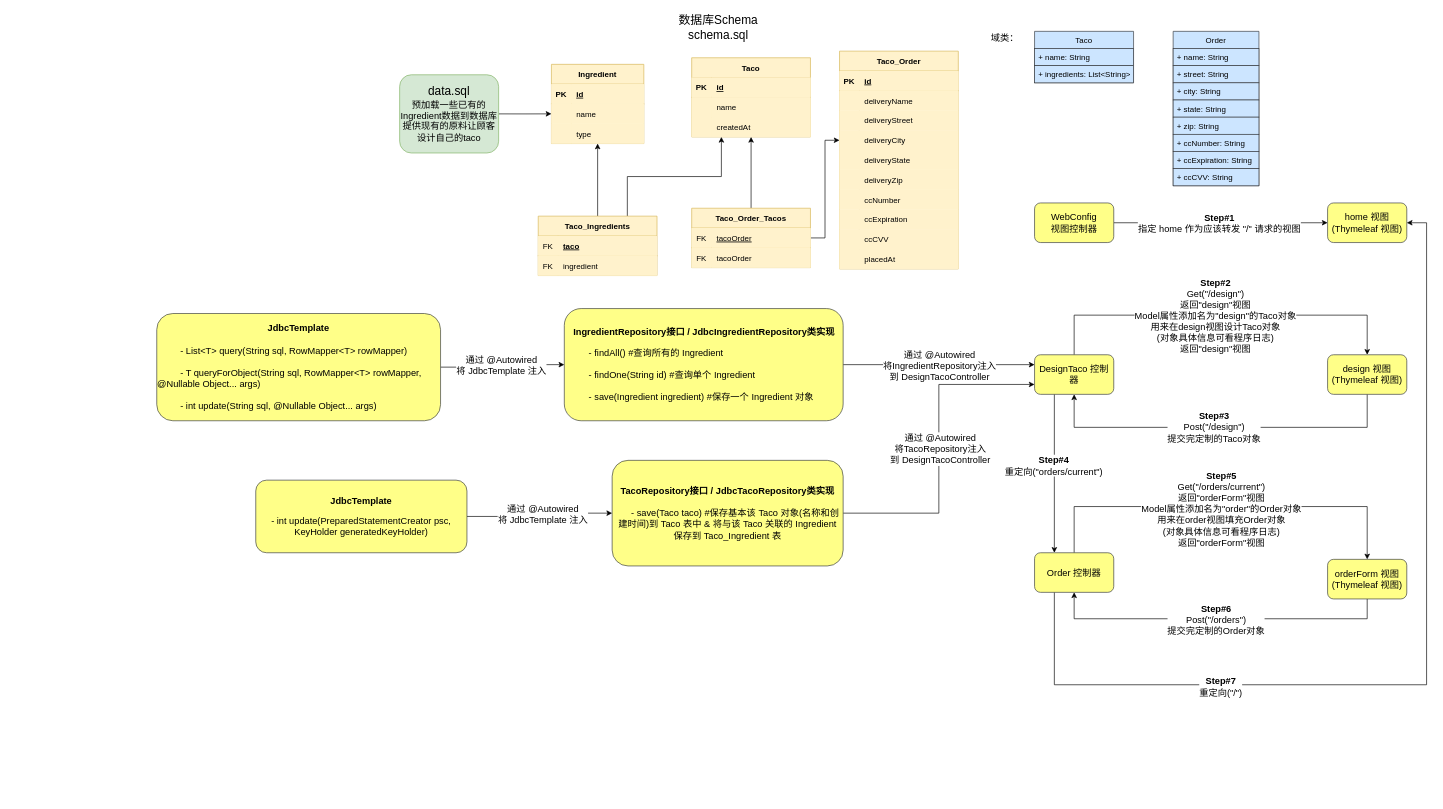
This is flow_chart.drawio from LilithCoder/taco-cloud, a draw.io file, before an edit. Source tidied: cells renumbered, new cells numbered last; positions are measured from the earlier drawing's top-left corner, leaving out a move shared by most shapes. Both pictures are drawn from the tidied source at 66%, with x=0, y=0 at pixel (156, 11).
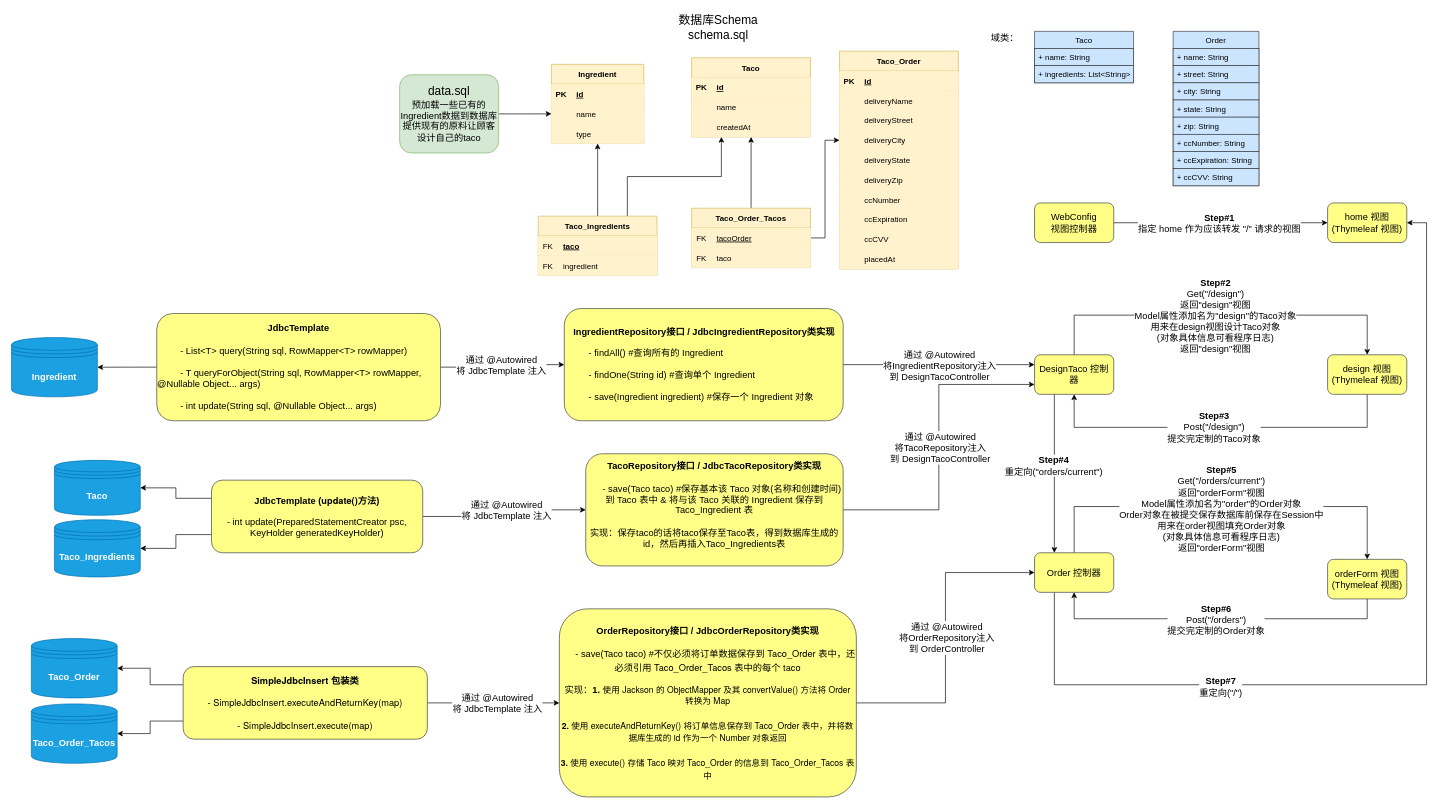
Above is the later version.

Commit message (it also covers changes not shown here):
使用JdbcTemplate的update()和SimpleJdbcInsert插入数据，建立了TacoRepository以及OrderRepository，现在实现了Ingredient/Taco/Order的持久化

The change refers to these unchanged cells:
```xml
<mxCell id="27" style="edgeStyle=orthogonalEdgeStyle;rounded=0;jettySize=auto;html=1;exitX=0.5;exitY=0;exitDx=0;exitDy=0;entryX=0.5;entryY=0;entryDx=0;entryDy=0;" parent="1" edge="1" source="31" target="34">
  <mxGeometry relative="1" as="geometry">
    <Array as="points">
      <mxPoint x="1390" y="750" />
      <mxPoint x="1834" y="750" />
    </Array>
  </mxGeometry>
</mxCell>
<mxCell id="31" value="&lt;font style=&quot;font-size: 14px&quot;&gt;Order 控制器&lt;/font&gt;" style="rounded=1;whiteSpace=wrap;html=1;fillColor=#ffff88;strokeColor=#36393d;" parent="1" vertex="1">
  <mxGeometry x="1330" y="820" width="120" height="60" as="geometry" />
</mxCell>
<mxCell id="40" value="&lt;font style=&quot;font-size: 14px&quot;&gt;&lt;b&gt;JdbcTemplate&lt;br&gt;&lt;/b&gt;&lt;br&gt;&lt;/font&gt;&lt;div style=&quot;text-align: left&quot;&gt;&lt;span&gt;&lt;font style=&quot;font-size: 14px&quot;&gt;&amp;nbsp; &amp;nbsp; &amp;nbsp; &amp;nbsp; &amp;nbsp;- List&amp;lt;T&amp;gt; query(String sql, RowMapper&amp;lt;T&amp;gt; rowMapper)&lt;/font&gt;&lt;/span&gt;&lt;/div&gt;&lt;div style=&quot;text-align: left&quot;&gt;&lt;span&gt;&lt;font style=&quot;font-size: 14px&quot;&gt;&lt;br&gt;&lt;/font&gt;&lt;/span&gt;&lt;/div&gt;&lt;div style=&quot;text-align: left&quot;&gt;&lt;span&gt;&lt;font style=&quot;font-size: 14px&quot;&gt;&amp;nbsp; &amp;nbsp; &amp;nbsp; &amp;nbsp; &amp;nbsp;- T queryForObject(String sql, RowMapper&amp;lt;T&amp;gt; rowMapper, @Nullable Object... args)&lt;/font&gt;&lt;/span&gt;&lt;/div&gt;&lt;div style=&quot;text-align: left&quot;&gt;&lt;span&gt;&lt;font style=&quot;font-size: 14px&quot;&gt;&lt;br&gt;&lt;/font&gt;&lt;/span&gt;&lt;/div&gt;&lt;div style=&quot;text-align: left&quot;&gt;&lt;span&gt;&lt;font style=&quot;font-size: 14px&quot;&gt;&amp;nbsp; &amp;nbsp; &amp;nbsp; &amp;nbsp; &amp;nbsp;-&amp;nbsp;int update(String sql, @Nullable Object... args)&lt;/font&gt;&lt;/span&gt;&lt;/div&gt;" style="rounded=1;whiteSpace=wrap;html=1;fillColor=#ffff88;strokeColor=#36393d;" parent="1" vertex="1">
  <mxGeometry y="457.5" width="430" height="162.5" as="geometry" />
</mxCell>
<mxCell id="76" style="shape=partialRectangle;fillColor=#fff2cc;top=0;left=0;bottom=0;right=0;strokeColor=#d6b656;" parent="72" vertex="1">
  <mxGeometry y="60" width="180" height="30" as="geometry" />
</mxCell>
```

The edit, as a diff of the source:
```diff
@@
-    <mxCell id="28" value="&lt;span style=&quot;font-size: 14px&quot;&gt;&lt;b&gt;Step#5&lt;/b&gt;&lt;br&gt;Get(&quot;/orders/current&quot;)&lt;/span&gt;&lt;br style=&quot;font-size: 14px&quot;&gt;&lt;span style=&quot;font-size: 14px&quot;&gt;返回&quot;orderForm&quot;视图&lt;br&gt;Model属性添加名为&quot;order&quot;的Order对象&lt;br&gt;用来在order视图填充Order对象&lt;br&gt;(对象具体信息可看程序日志)&lt;br&gt;&lt;/span&gt;&lt;span style=&quot;font-size: 14px&quot;&gt;返回&quot;orderForm&quot;视图&lt;/span&gt;&lt;span style=&quot;font-size: 14px&quot;&gt;&lt;br&gt;&lt;/span&gt;" style="edgeLabel;html=1;align=center;verticalAlign=middle;" parent="27" vertex="1">
+    <mxCell id="28" value="&lt;span style=&quot;font-size: 14px&quot;&gt;&lt;b&gt;Step#5&lt;/b&gt;&lt;br&gt;Get(&quot;/orders/current&quot;)&lt;/span&gt;&lt;br style=&quot;font-size: 14px&quot;&gt;&lt;span style=&quot;font-size: 14px&quot;&gt;返回&quot;orderForm&quot;视图&lt;br&gt;Model属性添加名为&quot;order&quot;的Order对象&lt;br&gt;Order对象在被提交保存数据库前保存在Session中&lt;br&gt;用来在order视图填充Order对象&lt;br&gt;(对象具体信息可看程序日志)&lt;br&gt;&lt;/span&gt;&lt;span style=&quot;font-size: 14px&quot;&gt;返回&quot;orderForm&quot;视图&lt;/span&gt;&lt;span style=&quot;font-size: 14px&quot;&gt;&lt;br&gt;&lt;/span&gt;" style="edgeLabel;html=1;align=center;verticalAlign=middle;" parent="27" vertex="1">
       <mxGeometry x="-0.09" y="-3" relative="1" as="geometry">
         <mxPoint x="22" as="offset" />
       </mxGeometry>
     </mxCell>
@@
+    <mxCell id="119" style="edgeStyle=orthogonalEdgeStyle;rounded=0;jettySize=auto;html=1;exitX=0;exitY=0.5;exitDx=0;exitDy=0;entryX=1;entryY=0.5;entryDx=0;entryDy=0;" parent="1" edge="1" source="40" target="130">
+      <mxGeometry relative="1" as="geometry" />
+    </mxCell>
@@
-    <mxCell id="78" value="tacoOrder" style="shape=partialRectangle;fillColor=#fff2cc;top=0;left=0;bottom=0;right=0;align=left;spacingLeft=6;overflow=hidden;strokeColor=#d6b656;" parent="76" vertex="1">
+    <mxCell id="78" value="taco" style="shape=partialRectangle;fillColor=#fff2cc;top=0;left=0;bottom=0;right=0;align=left;spacingLeft=6;overflow=hidden;strokeColor=#d6b656;" parent="76" vertex="1">
       <mxGeometry x="30" width="150" height="30" as="geometry" />
     </mxCell>
@@
-    <mxCell id="115" value="&lt;font&gt;&lt;font style=&quot;font-size: 14px&quot;&gt;&lt;span&gt;&lt;b&gt;TacoRepository&lt;/b&gt;&lt;/span&gt;&lt;span&gt;&lt;b&gt;接口 /&amp;nbsp;&lt;/b&gt;&lt;/span&gt;&lt;b&gt;&lt;span&gt;Jdbc&lt;/span&gt;&lt;/b&gt;&lt;span&gt;&lt;b&gt;TacoRepository&lt;/b&gt;&lt;/span&gt;&lt;b&gt;类实现&lt;br&gt;&lt;/b&gt;&lt;/font&gt;&lt;div style=&quot;font-size: 14px ; text-align: left&quot;&gt;&lt;span&gt;&lt;br&gt;&lt;/span&gt;&lt;/div&gt;&lt;div&gt;&lt;font style=&quot;font-size: 14px&quot;&gt;&amp;nbsp; &amp;nbsp; &amp;nbsp; &lt;font&gt;- save(Taco taco) #保存基本该 Taco 对象(名称和创建时间)到 Taco 表中 &amp;amp;&amp;nbsp;&lt;/font&gt;&lt;/font&gt;&lt;span style=&quot;font-size: 14px&quot;&gt;将与该 Taco 关联的 Ingredient 保存到 Taco_Ingredient 表&lt;/span&gt;&lt;/div&gt;&lt;/font&gt;" style="rounded=1;whiteSpace=wrap;html=1;fillColor=#ffff88;strokeColor=#36393d;" parent="1" vertex="1">
-      <mxGeometry x="690" y="680" width="350" height="160" as="geometry" />
+    <mxCell id="115" value="&lt;font&gt;&lt;font style=&quot;font-size: 14px&quot;&gt;&lt;span&gt;&lt;b&gt;TacoRepository&lt;/b&gt;&lt;/span&gt;&lt;span&gt;&lt;b&gt;接口 /&amp;nbsp;&lt;/b&gt;&lt;/span&gt;&lt;b&gt;&lt;span&gt;Jdbc&lt;/span&gt;&lt;/b&gt;&lt;span&gt;&lt;b&gt;TacoRepository&lt;/b&gt;&lt;/span&gt;&lt;b&gt;类实现&lt;br&gt;&lt;/b&gt;&lt;/font&gt;&lt;div style=&quot;font-size: 14px ; text-align: left&quot;&gt;&lt;span&gt;&lt;br&gt;&lt;/span&gt;&lt;/div&gt;&lt;div&gt;&lt;font style=&quot;font-size: 14px&quot;&gt;&amp;nbsp; &amp;nbsp; &amp;nbsp; &lt;font&gt;- save(Taco taco) #保存基本该 Taco 对象(名称和创建时间)到 Taco 表中 &amp;amp;&amp;nbsp;&lt;/font&gt;&lt;/font&gt;&lt;span style=&quot;font-size: 14px&quot;&gt;将与该 Taco 关联的 Ingredient 保存到 Taco_Ingredient 表&lt;/span&gt;&lt;/div&gt;&lt;div&gt;&lt;span style=&quot;font-size: 14px&quot;&gt;&lt;br&gt;&lt;/span&gt;&lt;/div&gt;&lt;div&gt;&lt;span style=&quot;font-size: 14px&quot;&gt;实现：保存taco的话将taco保存至Taco表，得到数据库生成的id，然后再插入Taco_Ingredients表&lt;/span&gt;&lt;/div&gt;&lt;div&gt;&lt;br&gt;&lt;/div&gt;&lt;/font&gt;" style="rounded=1;whiteSpace=wrap;html=1;fillColor=#ffff88;strokeColor=#36393d;" parent="1" vertex="1">
+      <mxGeometry x="650" y="670" width="390" height="170" as="geometry" />
     </mxCell>
@@
+    <mxCell id="120" style="edgeStyle=orthogonalEdgeStyle;rounded=0;jettySize=auto;html=1;exitX=0;exitY=0.25;exitDx=0;exitDy=0;entryX=1;entryY=0.5;entryDx=0;entryDy=0;" parent="1" edge="1" source="118" target="132">
+      <mxGeometry relative="1" as="geometry" />
+    </mxCell>
+    <mxCell id="121" style="edgeStyle=orthogonalEdgeStyle;rounded=0;jettySize=auto;html=1;exitX=0;exitY=0.75;exitDx=0;exitDy=0;entryX=1;entryY=0.5;entryDx=0;entryDy=0;" parent="1" edge="1" source="118" target="131">
+      <mxGeometry relative="1" as="geometry" />
+    </mxCell>
-    <mxCell id="118" value="&lt;span style=&quot;font-size: 14px&quot;&gt;&lt;b&gt;JdbcTemplate&lt;/b&gt;&lt;/span&gt;&lt;br&gt;&lt;br&gt;&lt;span style=&quot;font-size: 14px&quot;&gt;- int update(PreparedStatementCreator psc, KeyHolder generatedKeyHolder)&lt;/span&gt;" style="rounded=1;whiteSpace=wrap;html=1;fillColor=#ffff88;strokeColor=#36393d;" parent="1" vertex="1">
-      <mxGeometry x="150" y="710" width="320" height="110" as="geometry" />
+    <mxCell id="118" value="&lt;font style=&quot;font-size: 14px&quot;&gt;&lt;b&gt;JdbcTemplate &lt;font&gt;(&lt;/font&gt;&lt;span style=&quot;font-family: &amp;#34;helvetica neue&amp;#34;&quot;&gt;update()方法&lt;/span&gt;&lt;span&gt;)&lt;/span&gt;&lt;br&gt;&lt;/b&gt;&lt;/font&gt;&lt;br&gt;&lt;span style=&quot;font-size: 14px&quot;&gt;- int update(PreparedStatementCreator psc, KeyHolder generatedKeyHolder)&lt;/span&gt;" style="rounded=1;whiteSpace=wrap;html=1;fillColor=#ffff88;strokeColor=#36393d;" parent="1" vertex="1">
+      <mxGeometry x="83" y="710" width="320" height="110" as="geometry" />
     </mxCell>
+    <mxCell id="122" style="edgeStyle=orthogonalEdgeStyle;rounded=0;jettySize=auto;html=1;exitX=1;exitY=0.5;exitDx=0;exitDy=0;entryX=0;entryY=0.5;entryDx=0;entryDy=0;" parent="1" edge="1" source="124" target="31">
+      <mxGeometry relative="1" as="geometry" />
+    </mxCell>
+    <mxCell id="123" value="&lt;font style=&quot;font-size: 14px&quot;&gt;通过 @Autowired&lt;br&gt;将Order&lt;span&gt;Repository&lt;/span&gt;注入&lt;br&gt;到 OrderController&lt;/font&gt;" style="edgeLabel;html=1;align=center;verticalAlign=middle;" parent="122" vertex="1">
+      <mxGeometry y="-1" relative="1" as="geometry" />
+    </mxCell>
+    <mxCell id="124" value="&lt;font&gt;&lt;font style=&quot;font-size: 14px&quot;&gt;&lt;span&gt;&lt;b&gt;OrderRepository&lt;/b&gt;&lt;/span&gt;&lt;span&gt;&lt;b&gt;接口 /&amp;nbsp;&lt;/b&gt;&lt;/span&gt;&lt;b&gt;&lt;span&gt;JdbcOrder&lt;/span&gt;&lt;/b&gt;&lt;span&gt;&lt;b&gt;Repository&lt;/b&gt;&lt;/span&gt;&lt;b&gt;类实现&lt;br&gt;&lt;/b&gt;&lt;/font&gt;&lt;div style=&quot;font-size: 14px ; text-align: left&quot;&gt;&lt;span&gt;&lt;br&gt;&lt;/span&gt;&lt;/div&gt;&lt;div&gt;&lt;font style=&quot;font-size: 14px&quot;&gt;&lt;font&gt;&amp;nbsp; &amp;nbsp; &amp;nbsp; &lt;font&gt;- save(Taco taco) &lt;font&gt;#&lt;/font&gt;&lt;/font&gt;&lt;/font&gt;&lt;font&gt;&lt;span class=&quot;s1&quot; style=&quot;font-stretch: normal ; line-height: normal ; font-family: &amp;#34;pingfang sc&amp;#34;&quot;&gt;不仅必须将订单数据保存到&lt;/span&gt;&lt;span style=&quot;font-family: &amp;#34;helvetica neue&amp;#34;&quot;&gt; Taco_Order &lt;/span&gt;&lt;span class=&quot;s1&quot; style=&quot;font-stretch: normal ; line-height: normal ; font-family: &amp;#34;pingfang sc&amp;#34;&quot;&gt;表中，还必须引用&lt;/span&gt;&lt;span style=&quot;font-family: &amp;#34;helvetica neue&amp;#34;&quot;&gt; Taco_Order_Tacos &lt;/span&gt;&lt;span class=&quot;s1&quot; style=&quot;font-stretch: normal ; line-height: normal ; font-family: &amp;#34;pingfang sc&amp;#34;&quot;&gt;表中的每个&lt;/span&gt;&lt;span style=&quot;font-family: &amp;#34;helvetica neue&amp;#34;&quot;&gt; taco&lt;/span&gt;&lt;/font&gt;&lt;/font&gt;&lt;/div&gt;&lt;div&gt;&lt;span style=&quot;font-size: 14px&quot;&gt;&lt;br&gt;&lt;/span&gt;&lt;/div&gt;&lt;div&gt;&lt;span style=&quot;font-size: 14px&quot;&gt;实现：&lt;b&gt;1.&lt;/b&gt;&amp;nbsp;&lt;/span&gt;&lt;span style=&quot;font-family: &amp;#34;helvetica neue&amp;#34; ; font-size: 13px&quot;&gt;使用 Jackson 的 ObjectMapper 及其 convertValue() 方法将 Order 转换为 Map&lt;/span&gt;&lt;/div&gt;&lt;/font&gt;&lt;p class=&quot;p2&quot; style=&quot;margin: 0px ; font-stretch: normal ; font-size: 13px ; line-height: normal ; font-family: &amp;#34;helvetica neue&amp;#34; ; min-height: 15px&quot;&gt;&lt;br&gt;&lt;/p&gt;&lt;p class=&quot;p1&quot; style=&quot;margin: 0px ; font-stretch: normal ; font-size: 13px ; line-height: normal ; font-family: &amp;#34;helvetica neue&amp;#34;&quot;&gt;&lt;b&gt;2.&amp;nbsp;&lt;/b&gt;使用 executeAndReturnKey() 将订单信息保存到 Taco_Order 表中，并将数据库生成的 id 作为一个 Number 对象返回&lt;/p&gt;&lt;p class=&quot;p2&quot; style=&quot;margin: 0px ; font-stretch: normal ; font-size: 13px ; line-height: normal ; font-family: &amp;#34;helvetica neue&amp;#34; ; min-height: 15px&quot;&gt;&lt;br&gt;&lt;/p&gt;&lt;p class=&quot;p1&quot; style=&quot;margin: 0px ; font-stretch: normal ; font-size: 13px ; line-height: normal ; font-family: &amp;#34;helvetica neue&amp;#34;&quot;&gt;&lt;b&gt;3.&amp;nbsp;&lt;/b&gt;&lt;span class=&quot;s1&quot; style=&quot;font-stretch: normal ; line-height: normal ; font-family: &amp;#34;pingfang sc&amp;#34;&quot;&gt;使用&lt;/span&gt; execute() &lt;span class=&quot;s1&quot; style=&quot;font-stretch: normal ; line-height: normal ; font-family: &amp;#34;pingfang sc&amp;#34;&quot;&gt;存储&lt;/span&gt; Taco &lt;span class=&quot;s1&quot; style=&quot;font-stretch: normal ; line-height: normal ; font-family: &amp;#34;pingfang sc&amp;#34;&quot;&gt;映对&lt;/span&gt; Taco_Order &lt;span class=&quot;s1&quot; style=&quot;font-stretch: normal ; line-height: normal ; font-family: &amp;#34;pingfang sc&amp;#34;&quot;&gt;的信息到&lt;/span&gt; Taco_Order_Tacos &lt;span class=&quot;s1&quot; style=&quot;font-stretch: normal ; line-height: normal ; font-family: &amp;#34;pingfang sc&amp;#34;&quot;&gt;表中&lt;/span&gt;&lt;/p&gt;" style="rounded=1;whiteSpace=wrap;html=1;fillColor=#ffff88;strokeColor=#36393d;" parent="1" vertex="1">
+      <mxGeometry x="610" y="905" width="450" height="285" as="geometry" />
+    </mxCell>
+    <mxCell id="125" style="edgeStyle=orthogonalEdgeStyle;rounded=0;jettySize=auto;html=1;exitX=1;exitY=0.5;exitDx=0;exitDy=0;entryX=0;entryY=0.5;entryDx=0;entryDy=0;" parent="1" edge="1" source="129" target="124">
+      <mxGeometry relative="1" as="geometry" />
+    </mxCell>
+    <mxCell id="126" value="&lt;font style=&quot;font-size: 14px&quot;&gt;通过 @Autowired &lt;br&gt;将 JdbcTemplate 注入&lt;/font&gt;" style="edgeLabel;html=1;align=center;verticalAlign=middle;" parent="125" vertex="1">
+      <mxGeometry x="0.09" y="-4" relative="1" as="geometry">
+        <mxPoint x="-4" y="-4" as="offset" />
+      </mxGeometry>
+    </mxCell>
+    <mxCell id="127" style="edgeStyle=orthogonalEdgeStyle;rounded=0;jettySize=auto;html=1;exitX=0;exitY=0.25;exitDx=0;exitDy=0;entryX=1;entryY=0.5;entryDx=0;entryDy=0;" parent="1" edge="1" source="129" target="134">
+      <mxGeometry relative="1" as="geometry" />
+    </mxCell>
+    <mxCell id="128" style="edgeStyle=orthogonalEdgeStyle;rounded=0;jettySize=auto;html=1;exitX=0;exitY=0.75;exitDx=0;exitDy=0;entryX=1;entryY=0.5;entryDx=0;entryDy=0;" parent="1" edge="1" source="129" target="133">
+      <mxGeometry relative="1" as="geometry" />
+    </mxCell>
+    <mxCell id="129" value="&lt;span style=&quot;font-family: &amp;#34;helvetica neue&amp;#34;&quot;&gt;&lt;font style=&quot;font-size: 14px&quot;&gt;&lt;b&gt;SimpleJdbcInsert 包装类&lt;/b&gt;&lt;/font&gt;&lt;/span&gt;&lt;br&gt;&lt;br&gt;&lt;font style=&quot;font-size: 14px&quot;&gt;&lt;font&gt;&lt;font&gt;&lt;font&gt;-&amp;nbsp;&lt;/font&gt;&lt;span style=&quot;font-family: &amp;#34;helvetica neue&amp;#34;&quot;&gt;SimpleJdbcInsert&lt;/span&gt;&lt;span style=&quot;font-family: &amp;#34;helvetica neue&amp;#34;&quot;&gt;.executeAndReturnKey(map)&lt;/span&gt;&lt;br&gt;&lt;/font&gt;&lt;span style=&quot;font-family: &amp;#34;helvetica neue&amp;#34;&quot;&gt;&lt;br&gt;&lt;font&gt;-&amp;nbsp;&lt;/font&gt;&lt;/span&gt;&lt;/font&gt;&lt;span style=&quot;font-family: &amp;#34;helvetica neue&amp;#34;&quot;&gt;SimpleJdbcInsert&lt;/span&gt;&lt;span style=&quot;font-family: &amp;#34;helvetica neue&amp;#34;&quot;&gt;.execute(map)&lt;/span&gt;&lt;/font&gt;" style="rounded=1;whiteSpace=wrap;html=1;fillColor=#ffff88;strokeColor=#36393d;" parent="1" vertex="1">
+      <mxGeometry x="40" y="992.5" width="370" height="110" as="geometry" />
+    </mxCell>
+    <mxCell id="130" value="&lt;span style=&quot;font-weight: 700&quot;&gt;&lt;font style=&quot;font-size: 14px&quot;&gt;Ingredient&lt;/font&gt;&lt;/span&gt;" style="shape=datastore;whiteSpace=wrap;html=1;fillColor=#1ba1e2;strokeColor=#006EAF;fontColor=#ffffff;" parent="1" vertex="1">
+      <mxGeometry x="-220" y="494" width="130" height="89.8" as="geometry" />
+    </mxCell>
+    <mxCell id="131" value="&lt;span style=&quot;font-weight: 700&quot;&gt;&lt;font style=&quot;font-size: 14px&quot;&gt;Taco_Ingredients&lt;/font&gt;&lt;/span&gt;" style="shape=datastore;whiteSpace=wrap;html=1;fillColor=#1ba1e2;strokeColor=#006EAF;fontColor=#ffffff;" parent="1" vertex="1">
+      <mxGeometry x="-155" y="770" width="130" height="86.7" as="geometry" />
+    </mxCell>
+    <mxCell id="132" value="&lt;span style=&quot;font-weight: 700&quot;&gt;&lt;font style=&quot;font-size: 14px&quot;&gt;Taco&lt;/font&gt;&lt;/span&gt;" style="shape=datastore;whiteSpace=wrap;html=1;fillColor=#1ba1e2;strokeColor=#006EAF;fontColor=#ffffff;" parent="1" vertex="1">
+      <mxGeometry x="-155" y="680" width="130" height="83.3" as="geometry" />
+    </mxCell>
+    <mxCell id="133" value="&lt;span style=&quot;font-weight: 700&quot;&gt;&lt;font style=&quot;font-size: 14px&quot;&gt;Taco_Order_Tacos&lt;/font&gt;&lt;/span&gt;" style="shape=datastore;whiteSpace=wrap;html=1;fillColor=#1ba1e2;strokeColor=#006EAF;fontColor=#ffffff;" parent="1" vertex="1">
+      <mxGeometry x="-190" y="1049" width="130" height="90" as="geometry" />
+    </mxCell>
+    <mxCell id="134" value="&lt;span style=&quot;font-weight: 700&quot;&gt;&lt;font style=&quot;font-size: 14px&quot;&gt;Taco_Order&lt;/font&gt;&lt;/span&gt;" style="shape=datastore;whiteSpace=wrap;html=1;fillColor=#1ba1e2;strokeColor=#006EAF;fontColor=#ffffff;" parent="1" vertex="1">
+      <mxGeometry x="-190" y="950" width="130" height="90" as="geometry" />
+    </mxCell>
```
